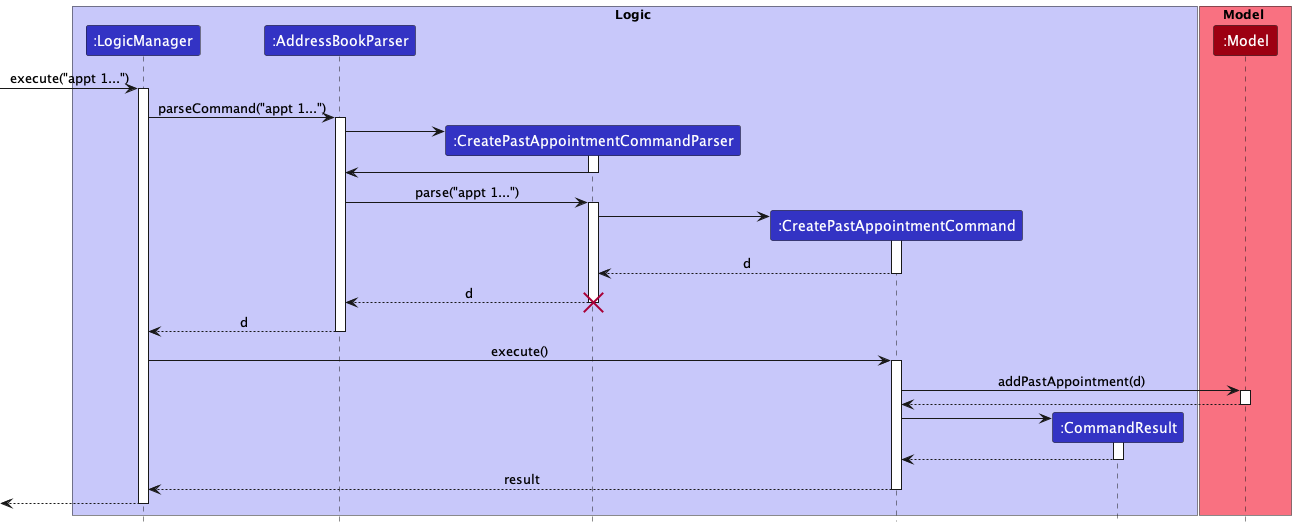
Earlier version of the PlantUML export docs/images/PastAppointmentSequenceDiagram.png (nus-cs2103-AY2223S1/tp).
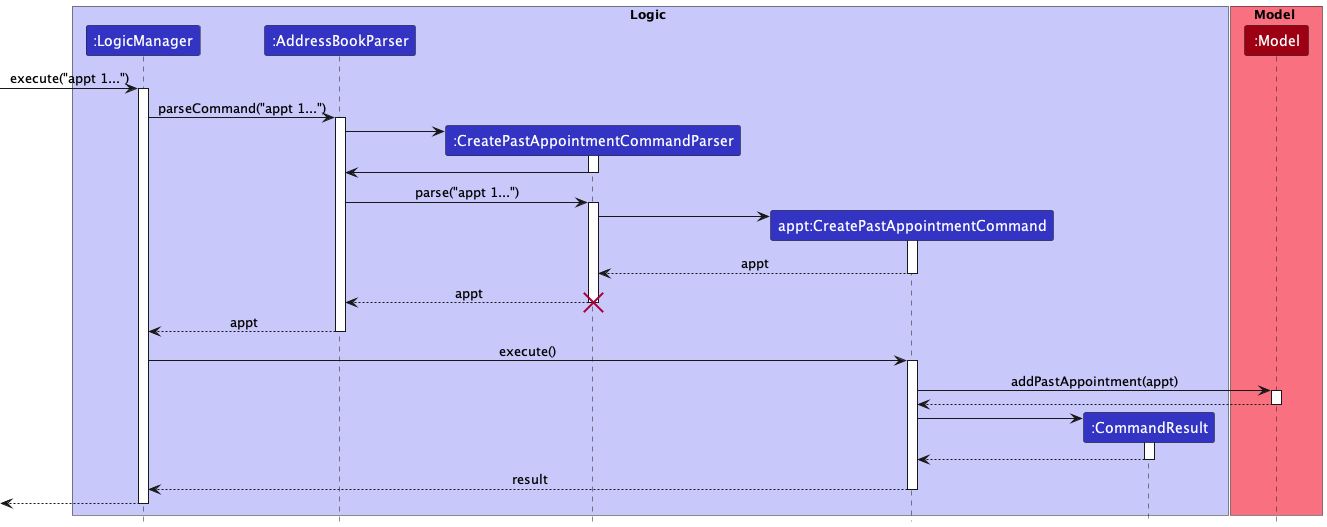
The same diagram one commit later.

Commit message:
Fix incorrect object in sequence diagram

What changed in the source:
```diff
@@ -5,7 +5,7 @@
 participant ":LogicManager" as LogicManager LOGIC_COLOR
 participant ":AddressBookParser" as AddressBookParser LOGIC_COLOR
 participant ":CreatePastAppointmentCommandParser" as CreatePastAppointmentCommandParser LOGIC_COLOR
-participant ":CreatePastAppointmentCommand" as CreatePastAppointmentCommand LOGIC_COLOR
+participant "appt:CreatePastAppointmentCommand" as CreatePastAppointmentCommand LOGIC_COLOR
 participant ":CommandResult" as CommandResult LOGIC_COLOR
 end box
 
@@ -35,19 +35,19 @@
 CreatePastAppointmentCommandParser -> CreatePastAppointmentCommand
 activate CreatePastAppointmentCommand
 
-CreatePastAppointmentCommand --> CreatePastAppointmentCommandParser : d
+CreatePastAppointmentCommand --> CreatePastAppointmentCommandParser : appt
 deactivate CreatePastAppointmentCommand
 
-CreatePastAppointmentCommandParser --> AddressBookParser : d
+CreatePastAppointmentCommandParser --> AddressBookParser : appt
 destroy CreatePastAppointmentCommandParser
 
-AddressBookParser --> LogicManager : d
+AddressBookParser --> LogicManager : appt
 deactivate AddressBookParser
 
 LogicManager -> CreatePastAppointmentCommand : execute()
 activate CreatePastAppointmentCommand
 
-CreatePastAppointmentCommand -> Model : addPastAppointment(d)
+CreatePastAppointmentCommand -> Model : addPastAppointment(appt)
 activate Model
 
 Model --> CreatePastAppointmentCommand
```
